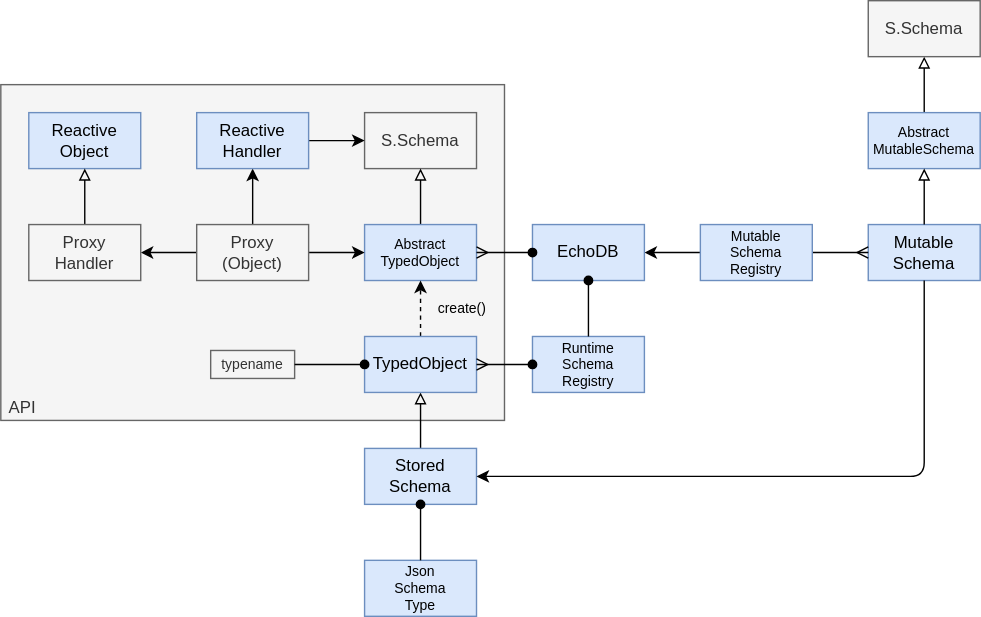
Earlier version of the draw.io export packages/core/echo/echo-schema/docs/schema.drawio.svg (dxos/dxos). Source tidied: cells renumbered, new cells last; positions are measured from the earlier drawing's top-left corner, leaving out a move shared by most shapes.
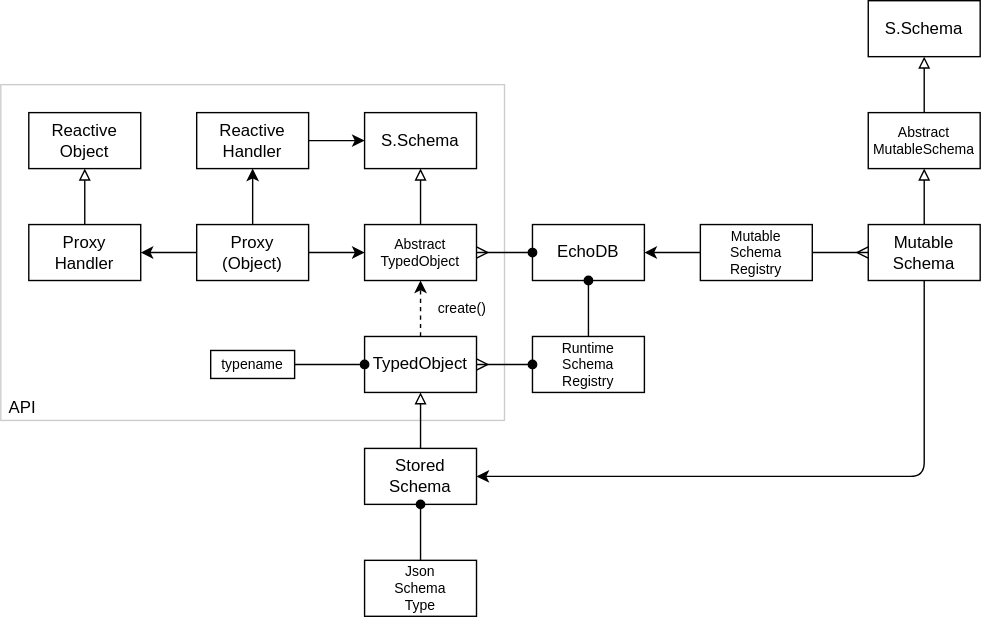
The same file after the commit.

What changed in the source:
```diff
@@ -2,34 +2,34 @@
   <root>
     <mxCell id="0" />
     <mxCell id="1" parent="0" />
-    <mxCell id="2" value="API" style="rounded=0;whiteSpace=wrap;html=1;fillColor=#f5f5f5;strokeColor=#666666;fontColor=#333333;align=left;verticalAlign=bottom;spacingLeft=4;" parent="1" vertex="1">
+    <mxCell id="2" value="API" style="rounded=0;whiteSpace=wrap;html=1;align=left;verticalAlign=bottom;spacingLeft=4;opacity=20;" parent="1" vertex="1">
       <mxGeometry y="60" width="360" height="240" as="geometry" />
     </mxCell>
-    <mxCell id="3" value="S.Schema" style="rounded=0;whiteSpace=wrap;html=1;fillColor=#f5f5f5;fontColor=#333333;strokeColor=#666666;" parent="1" vertex="1">
+    <mxCell id="3" value="S.Schema" style="rounded=0;whiteSpace=wrap;html=1;" parent="1" vertex="1">
       <mxGeometry x="260" y="80" width="80" height="40" as="geometry" />
     </mxCell>
     <mxCell id="4" style="edgeStyle=none;html=1;endArrow=block;endFill=0;" parent="1" edge="1" source="5" target="3">
       <mxGeometry relative="1" as="geometry" />
     </mxCell>
-    <mxCell id="5" value="Abstract&lt;br style=&quot;font-size: 10px;&quot;&gt;TypedObject" style="rounded=0;whiteSpace=wrap;html=1;fillColor=#dae8fc;strokeColor=#6c8ebf;fontSize=10;" parent="1" vertex="1">
+    <mxCell id="5" value="Abstract&lt;br style=&quot;font-size: 10px;&quot;&gt;TypedObject" style="rounded=0;whiteSpace=wrap;html=1;fontSize=10;" parent="1" vertex="1">
       <mxGeometry x="260" y="160" width="80" height="40" as="geometry" />
     </mxCell>
     <mxCell id="6" style="edgeStyle=none;html=1;endArrow=block;endFill=0;" parent="1" edge="1" source="20" target="8">
       <mxGeometry relative="1" as="geometry" />
     </mxCell>
-    <mxCell id="7" value="Mutable&lt;br&gt;Schema" style="rounded=0;whiteSpace=wrap;html=1;fillColor=#dae8fc;strokeColor=#6c8ebf;" parent="1" vertex="1">
+    <mxCell id="7" value="Mutable&lt;br&gt;Schema" style="rounded=0;whiteSpace=wrap;html=1;" parent="1" vertex="1">
       <mxGeometry x="620" y="160" width="80" height="40" as="geometry" />
     </mxCell>
-    <mxCell id="8" value="S.Schema" style="rounded=0;whiteSpace=wrap;html=1;fillColor=#f5f5f5;fontColor=#333333;strokeColor=#666666;" parent="1" vertex="1">
+    <mxCell id="8" value="S.Schema" style="rounded=0;whiteSpace=wrap;html=1;" parent="1" vertex="1">
       <mxGeometry x="620" width="80" height="40" as="geometry" />
     </mxCell>
-    <mxCell id="9" value="Json&lt;br style=&quot;font-size: 10px;&quot;&gt;Schema&lt;br style=&quot;font-size: 10px;&quot;&gt;Type" style="rounded=0;whiteSpace=wrap;html=1;fontSize=10;fillColor=#dae8fc;strokeColor=#6c8ebf;" parent="1" vertex="1">
+    <mxCell id="9" value="Json&lt;br style=&quot;font-size: 10px;&quot;&gt;Schema&lt;br style=&quot;font-size: 10px;&quot;&gt;Type" style="rounded=0;whiteSpace=wrap;html=1;fontSize=10;" parent="1" vertex="1">
       <mxGeometry x="260" y="400" width="80" height="40" as="geometry" />
     </mxCell>
     <mxCell id="10" style="edgeStyle=none;html=1;exitX=0.5;exitY=0;exitDx=0;exitDy=0;fontSize=10;startArrow=none;startFill=0;endArrow=block;endFill=0;" parent="1" edge="1" source="11" target="14">
       <mxGeometry relative="1" as="geometry" />
     </mxCell>
-    <mxCell id="11" value="Stored&lt;br&gt;Schema" style="rounded=0;whiteSpace=wrap;html=1;fillColor=#dae8fc;strokeColor=#6c8ebf;" parent="1" vertex="1">
+    <mxCell id="11" value="Stored&lt;br&gt;Schema" style="rounded=0;whiteSpace=wrap;html=1;" parent="1" vertex="1">
       <mxGeometry x="260" y="320" width="80" height="40" as="geometry" />
     </mxCell>
     <mxCell id="12" style="edgeStyle=none;html=1;fontSize=10;endArrow=none;endFill=0;startArrow=oval;startFill=1;" parent="1" edge="1" source="11" target="9">
@@ -38,7 +38,7 @@
     <mxCell id="13" style="edgeStyle=none;html=1;exitX=0.5;exitY=0;exitDx=0;exitDy=0;entryX=0.5;entryY=1;entryDx=0;entryDy=0;fontSize=10;startArrow=none;startFill=0;endArrow=classic;endFill=1;dashed=1;" parent="1" edge="1" source="14" target="5">
       <mxGeometry relative="1" as="geometry" />
     </mxCell>
-    <mxCell id="14" value="TypedObject" style="rounded=0;whiteSpace=wrap;html=1;fillColor=#dae8fc;strokeColor=#6c8ebf;" parent="1" vertex="1">
+    <mxCell id="14" value="TypedObject" style="rounded=0;whiteSpace=wrap;html=1;" parent="1" vertex="1">
       <mxGeometry x="260" y="240" width="80" height="40" as="geometry" />
     </mxCell>
     <mxCell id="15" style="edgeStyle=none;html=1;fontSize=10;startArrow=ERmany;startFill=0;endArrow=none;endFill=0;" parent="1" edge="1" source="7" target="17">
@@ -47,10 +47,10 @@
     <mxCell id="16" style="edgeStyle=none;html=1;fontSize=10;startArrow=none;startFill=0;endArrow=classic;endFill=1;" parent="1" edge="1" source="17" target="18">
       <mxGeometry relative="1" as="geometry" />
     </mxCell>
-    <mxCell id="17" value="Mutable&lt;br style=&quot;font-size: 10px;&quot;&gt;Schema&lt;br style=&quot;font-size: 10px;&quot;&gt;Registry" style="rounded=0;whiteSpace=wrap;html=1;fillColor=#dae8fc;strokeColor=#6c8ebf;fontSize=10;" parent="1" vertex="1">
+    <mxCell id="17" value="Mutable&lt;br style=&quot;font-size: 10px;&quot;&gt;Schema&lt;br style=&quot;font-size: 10px;&quot;&gt;Registry" style="rounded=0;whiteSpace=wrap;html=1;fontSize=10;" parent="1" vertex="1">
       <mxGeometry x="500" y="160" width="80" height="40" as="geometry" />
     </mxCell>
-    <mxCell id="18" value="EchoDB" style="rounded=0;whiteSpace=wrap;html=1;fillColor=#dae8fc;strokeColor=#6c8ebf;fontSize=12;" parent="1" vertex="1">
+    <mxCell id="18" value="EchoDB" style="rounded=0;whiteSpace=wrap;html=1;fontSize=12;" parent="1" vertex="1">
       <mxGeometry x="380" y="160" width="80" height="40" as="geometry" />
     </mxCell>
     <mxCell id="19" style="edgeStyle=none;html=1;fontSize=10;startArrow=none;startFill=0;endArrow=classic;endFill=1;" parent="1" edge="1" source="7" target="11">
@@ -60,13 +60,13 @@
         </Array>
       </mxGeometry>
     </mxCell>
-    <mxCell id="20" value="Abstract&lt;br&gt;MutableSchema" style="rounded=0;whiteSpace=wrap;html=1;fillColor=#dae8fc;strokeColor=#6c8ebf;fontSize=10;" parent="1" vertex="1">
+    <mxCell id="20" value="Abstract&lt;br&gt;MutableSchema" style="rounded=0;whiteSpace=wrap;html=1;fontSize=10;" parent="1" vertex="1">
       <mxGeometry x="620" y="80" width="80" height="40" as="geometry" />
     </mxCell>
     <mxCell id="21" style="edgeStyle=none;html=1;endArrow=block;endFill=0;" parent="1" edge="1" source="7" target="20">
       <mxGeometry relative="1" as="geometry" />
     </mxCell>
-    <mxCell id="22" value="typename" style="rounded=0;whiteSpace=wrap;html=1;fillColor=#f5f5f5;strokeColor=#666666;fontSize=10;fontColor=#333333;" parent="1" vertex="1">
+    <mxCell id="22" value="typename" style="rounded=0;whiteSpace=wrap;html=1;fontSize=10;" parent="1" vertex="1">
       <mxGeometry x="150" y="250" width="60" height="20" as="geometry" />
     </mxCell>
     <mxCell id="23" style="edgeStyle=none;html=1;fontSize=10;startArrow=oval;startFill=1;endArrow=none;endFill=0;" parent="1" edge="1" source="14" target="22">
@@ -75,16 +75,16 @@
     <mxCell id="24" style="edgeStyle=none;html=1;exitX=0;exitY=0.5;exitDx=0;exitDy=0;fontSize=10;startArrow=oval;startFill=1;endArrow=ERmany;endFill=0;" parent="1" edge="1" source="18" target="5">
       <mxGeometry relative="1" as="geometry" />
     </mxCell>
-    <mxCell id="25" value="Runtime&lt;br style=&quot;font-size: 10px;&quot;&gt;Schema&lt;br style=&quot;font-size: 10px;&quot;&gt;Registry" style="rounded=0;whiteSpace=wrap;html=1;fillColor=#dae8fc;strokeColor=#6c8ebf;fontSize=10;" parent="1" vertex="1">
+    <mxCell id="25" value="Runtime&lt;br style=&quot;font-size: 10px;&quot;&gt;Schema&lt;br style=&quot;font-size: 10px;&quot;&gt;Registry" style="rounded=0;whiteSpace=wrap;html=1;fontSize=10;" parent="1" vertex="1">
       <mxGeometry x="380" y="240" width="80" height="40" as="geometry" />
     </mxCell>
     <mxCell id="26" style="edgeStyle=none;html=1;fontSize=10;startArrow=oval;startFill=1;endArrow=none;endFill=0;" parent="1" edge="1" source="18" target="25">
       <mxGeometry relative="1" as="geometry" />
     </mxCell>
-    <mxCell id="27" value="create()" style="rounded=0;whiteSpace=wrap;html=1;fillColor=none;strokeColor=none;fontSize=10;" parent="1" vertex="1">
+    <mxCell id="27" value="create()" style="rounded=0;whiteSpace=wrap;html=1;fontSize=10;fillColor=none;strokeColor=none;" parent="1" vertex="1">
       <mxGeometry x="310" y="210" width="40" height="20" as="geometry" />
     </mxCell>
-    <mxCell id="28" value="Reactive&lt;br&gt;Object" style="rounded=0;whiteSpace=wrap;html=1;fillColor=#dae8fc;strokeColor=#6c8ebf;" parent="1" vertex="1">
+    <mxCell id="28" value="Reactive&lt;br&gt;Object" style="rounded=0;whiteSpace=wrap;html=1;" parent="1" vertex="1">
       <mxGeometry x="20" y="80" width="80" height="40" as="geometry" />
     </mxCell>
     <mxCell id="29" style="edgeStyle=none;html=1;exitX=1;exitY=0.5;exitDx=0;exitDy=0;entryX=0;entryY=0.5;entryDx=0;entryDy=0;" parent="1" edge="1" source="33" target="5">
@@ -99,16 +99,16 @@
     <mxCell id="32" style="edgeStyle=none;html=1;exitX=0;exitY=0.5;exitDx=0;exitDy=0;endArrow=classic;endFill=1;" parent="1" edge="1" source="33" target="36">
       <mxGeometry relative="1" as="geometry" />
     </mxCell>
-    <mxCell id="33" value="Proxy&lt;br&gt;(Object)" style="rounded=0;whiteSpace=wrap;html=1;fillColor=#f5f5f5;strokeColor=#666666;fontColor=#333333;" parent="1" vertex="1">
+    <mxCell id="33" value="Proxy&lt;br&gt;(Object)" style="rounded=0;whiteSpace=wrap;html=1;" parent="1" vertex="1">
       <mxGeometry x="140" y="160" width="80" height="40" as="geometry" />
     </mxCell>
     <mxCell id="34" style="edgeStyle=none;html=1;exitX=1;exitY=0.5;exitDx=0;exitDy=0;endArrow=classic;endFill=1;" parent="1" edge="1" source="35" target="3">
       <mxGeometry relative="1" as="geometry" />
     </mxCell>
-    <mxCell id="35" value="Reactive&lt;br&gt;Handler" style="rounded=0;whiteSpace=wrap;html=1;fillColor=#dae8fc;strokeColor=#6c8ebf;" parent="1" vertex="1">
+    <mxCell id="35" value="Reactive&lt;br&gt;Handler" style="rounded=0;whiteSpace=wrap;html=1;" parent="1" vertex="1">
       <mxGeometry x="140" y="80" width="80" height="40" as="geometry" />
     </mxCell>
-    <mxCell id="36" value="Proxy&lt;br&gt;Handler" style="rounded=0;whiteSpace=wrap;html=1;fillColor=#f5f5f5;strokeColor=#666666;fontColor=#333333;" parent="1" vertex="1">
+    <mxCell id="36" value="Proxy&lt;br&gt;Handler" style="rounded=0;whiteSpace=wrap;html=1;" parent="1" vertex="1">
       <mxGeometry x="20" y="160" width="80" height="40" as="geometry" />
     </mxCell>
     <mxCell id="37" style="edgeStyle=none;html=1;exitX=0;exitY=0.5;exitDx=0;exitDy=0;entryX=1;entryY=0.5;entryDx=0;entryDy=0;endArrow=ERmany;endFill=0;startArrow=oval;startFill=1;" parent="1" edge="1" source="25" target="14">
```
